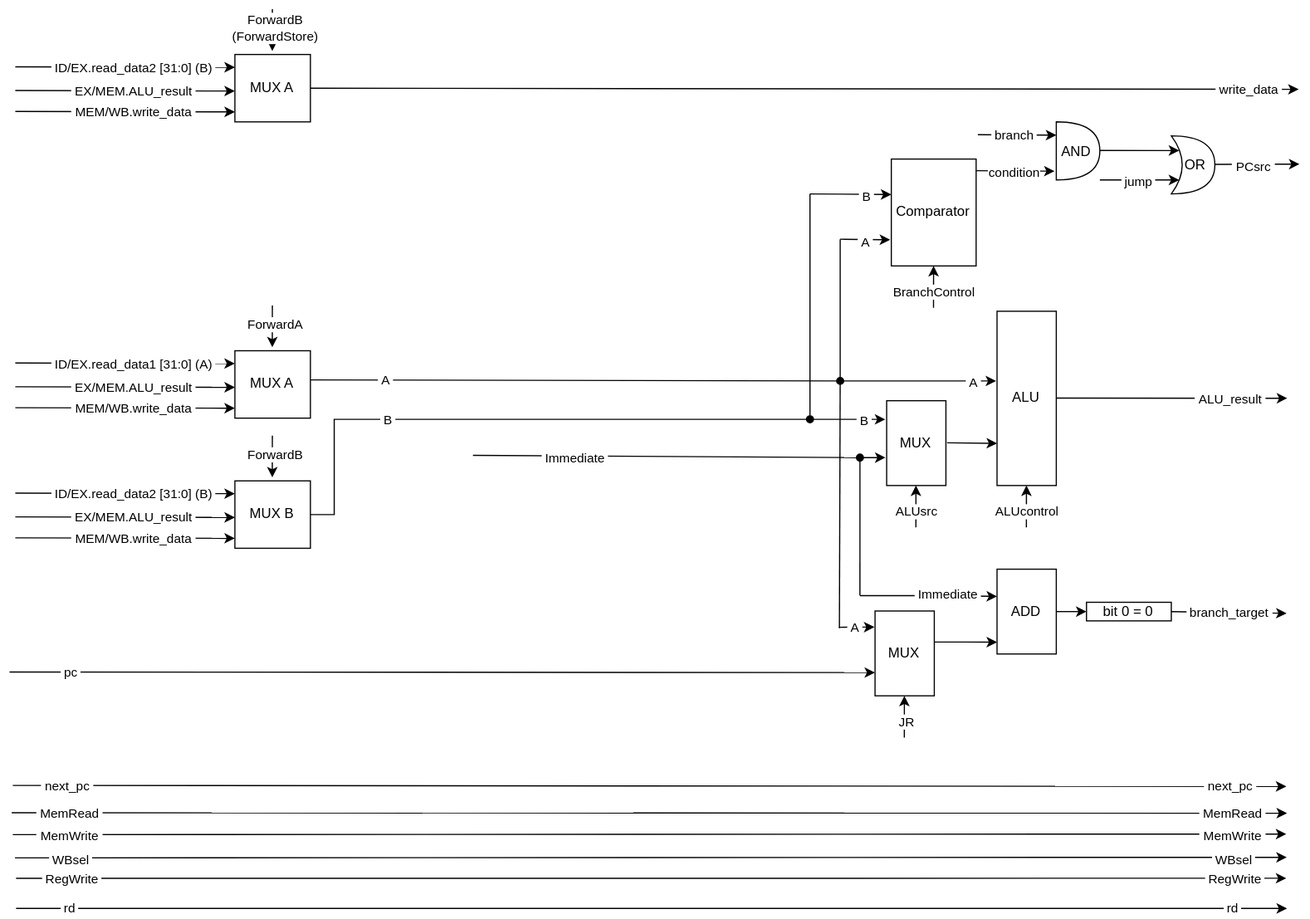
Earlier version of the draw.io export img/EX.svg (Dmitry-itmo/Scheme-RISC). Source tidied: cells renumbered, new cells last; positions are measured from the earlier drawing's top-left corner, leaving out a move shared by most shapes.
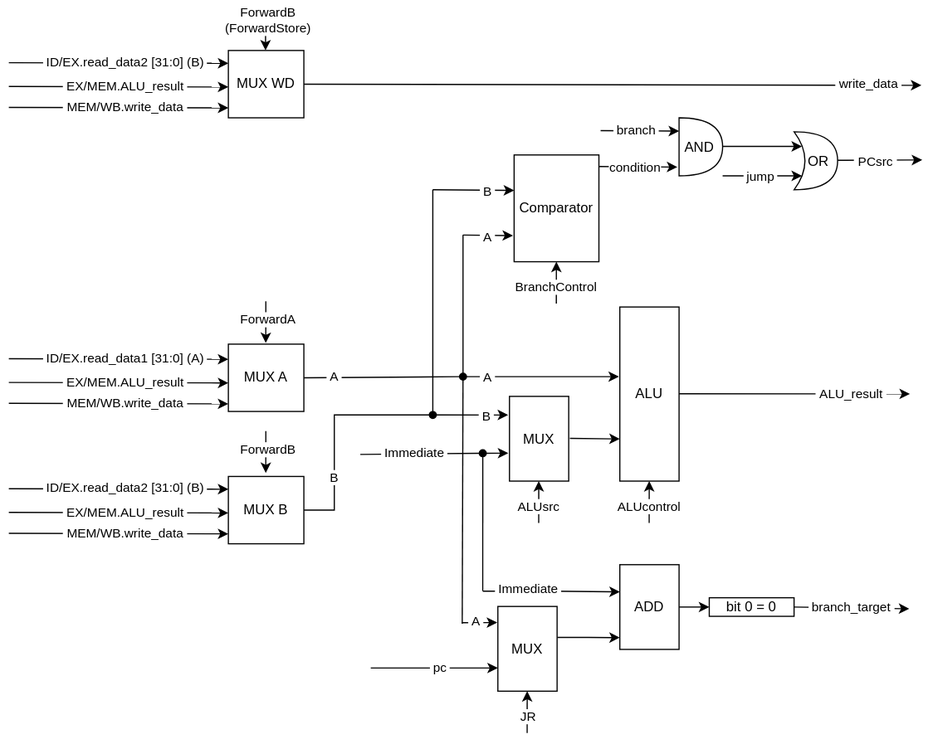
The same file after the commit.

The edit, as a diff of the source:
```diff
@@ -5,52 +5,20 @@
     <mxCell id="2" value="ALU" style="rounded=0;whiteSpace=wrap;html=1;" parent="1" vertex="1">
       <mxGeometry x="850" y="260" width="51" height="150" as="geometry" />
     </mxCell>
-    <mxCell id="3" style="endArrow=classic;html=1;rounded=0;curved=0;" parent="1" edge="1">
-      <mxGeometry relative="1" as="geometry">
-        <mxPoint x="2.8" y="668.1" as="sourcePoint" />
-        <mxPoint x="1099" y="669" as="targetPoint" />
-      </mxGeometry>
-    </mxCell>
-    <mxCell id="4" value="&amp;nbsp;next_pc&amp;nbsp;" style="edgeLabel;html=1;align=center;verticalAlign=middle;rounded=0;" parent="3" vertex="1">
-      <mxGeometry x="-0.15" relative="1" as="geometry">
-        <mxPoint x="583" y="-1" as="offset" />
-      </mxGeometry>
-    </mxCell>
-    <mxCell id="5" value="&amp;nbsp;next_pc&amp;nbsp;" style="edgeLabel;html=1;align=center;verticalAlign=middle;rounded=0;" parent="3" vertex="1">
-      <mxGeometry x="-0.15" relative="1" as="geometry">
-        <mxPoint x="-418" y="-1" as="offset" />
-      </mxGeometry>
-    </mxCell>
     <mxCell id="6" style="endArrow=classic;html=1;rounded=0;curved=0;" parent="1" edge="1">
       <mxGeometry relative="1" as="geometry">
-        <mxPoint y="570.5" as="sourcePoint" />
+        <mxPoint x="635.6" y="571" as="sourcePoint" />
         <mxPoint x="745" y="571" as="targetPoint" />
       </mxGeometry>
     </mxCell>
     <mxCell id="7" value="&amp;nbsp;pc&amp;nbsp;" style="edgeLabel;html=1;align=center;verticalAlign=middle;rounded=0;" parent="6" vertex="1">
       <mxGeometry x="0.5" relative="1" as="geometry">
-        <mxPoint x="-509" y="-2" as="offset" />
+        <mxPoint x="-23" y="-1" as="offset" />
       </mxGeometry>
     </mxCell>
     <mxCell id="8" style="endArrow=classic;html=1;rounded=0;curved=0;entryX=-0.02;entryY=0.67;entryDx=0;entryDy=0;entryPerimeter=0;" parent="1" edge="1" source="77" target="14">
       <mxGeometry relative="1" as="geometry" />
     </mxCell>
-    <mxCell id="9" style="endArrow=classic;html=1;rounded=0;curved=0;" parent="1" edge="1">
-      <mxGeometry relative="1" as="geometry">
-        <mxPoint x="5.7" y="774" as="sourcePoint" />
-        <mxPoint x="1099.6" y="774" as="targetPoint" />
-      </mxGeometry>
-    </mxCell>
-    <mxCell id="10" value="&amp;nbsp;rd&amp;nbsp;" style="edgeLabel;html=1;align=center;verticalAlign=middle;rounded=0;" parent="9" vertex="1">
-      <mxGeometry x="-0.06" relative="1" as="geometry">
-        <mxPoint x="532" y="-2" as="offset" />
-      </mxGeometry>
-    </mxCell>
-    <mxCell id="11" value="&amp;nbsp;rd&amp;nbsp;" style="edgeLabel;html=1;align=center;verticalAlign=middle;rounded=0;" parent="9" vertex="1">
-      <mxGeometry x="-0.06" relative="1" as="geometry">
-        <mxPoint x="-469" y="-2" as="offset" />
-      </mxGeometry>
-    </mxCell>
     <mxCell id="12" style="endArrow=classic;html=1;rounded=0;curved=0;" parent="1" edge="1" source="70">
       <mxGeometry relative="1" as="geometry">
         <mxPoint x="849.3" y="320" as="targetPoint" />
@@ -149,7 +117,7 @@
     </mxCell>
     <mxCell id="32" value="&amp;nbsp;A&amp;nbsp;" style="edgeLabel;html=1;align=center;verticalAlign=middle;" parent="30" vertex="1">
       <mxGeometry x="-0.21" y="2" relative="1" as="geometry">
-        <mxPoint x="96" y="124" as="offset" />
+        <mxPoint x="3" y="124" as="offset" />
       </mxGeometry>
     </mxCell>
     <mxCell id="33" value="&amp;nbsp;B&amp;nbsp;" style="edgeLabel;html=1;align=center;verticalAlign=middle;" parent="30" vertex="1">
@@ -216,70 +184,6 @@
     <mxCell id="44" value="&amp;nbsp;BranchControl&amp;nbsp;" style="edgeLabel;html=1;align=center;verticalAlign=middle;" parent="43" vertex="1">
       <mxGeometry x="-0.18" y="1" relative="1" as="geometry" />
     </mxCell>
-    <mxCell id="45" style="endArrow=classic;html=1;rounded=0;curved=0;" parent="1" edge="1">
-      <mxGeometry relative="1" as="geometry">
-        <mxPoint x="1.9" y="691.6" as="sourcePoint" />
-        <mxPoint x="1099.6" y="692" as="targetPoint" />
-      </mxGeometry>
-    </mxCell>
-    <mxCell id="46" value="&amp;nbsp;MemRead&amp;nbsp;" style="edgeLabel;html=1;align=center;verticalAlign=middle;rounded=0;" parent="45" vertex="1">
-      <mxGeometry x="-0.38" relative="1" as="geometry">
-        <mxPoint x="708" as="offset" />
-      </mxGeometry>
-    </mxCell>
-    <mxCell id="47" value="&amp;nbsp;MemRead&amp;nbsp;" style="edgeLabel;html=1;align=center;verticalAlign=middle;rounded=0;" parent="45" vertex="1">
-      <mxGeometry x="-0.38" relative="1" as="geometry">
-        <mxPoint x="-293" as="offset" />
-      </mxGeometry>
-    </mxCell>
-    <mxCell id="48" style="endArrow=classic;html=1;rounded=0;curved=0;" parent="1" edge="1">
-      <mxGeometry relative="1" as="geometry">
-        <mxPoint x="2.8" y="710.5" as="sourcePoint" />
-        <mxPoint x="1099" y="710" as="targetPoint" />
-      </mxGeometry>
-    </mxCell>
-    <mxCell id="49" value="&amp;nbsp;MemWrite&amp;nbsp;" style="edgeLabel;html=1;align=center;verticalAlign=middle;rounded=0;" parent="48" vertex="1">
-      <mxGeometry x="-0.38" relative="1" as="geometry">
-        <mxPoint x="709" as="offset" />
-      </mxGeometry>
-    </mxCell>
-    <mxCell id="50" value="&amp;nbsp;MemWrite&amp;nbsp;" style="edgeLabel;html=1;align=center;verticalAlign=middle;rounded=0;" parent="48" vertex="1">
-      <mxGeometry x="-0.38" relative="1" as="geometry">
-        <mxPoint x="-292" as="offset" />
-      </mxGeometry>
-    </mxCell>
-    <mxCell id="51" style="endArrow=classic;html=1;rounded=0;curved=0;" parent="1" edge="1">
-      <mxGeometry relative="1" as="geometry">
-        <mxPoint x="4.7" y="730.5" as="sourcePoint" />
-        <mxPoint x="1099.4" y="730" as="targetPoint" />
-      </mxGeometry>
-    </mxCell>
-    <mxCell id="52" value="&amp;nbsp;WBsel&amp;nbsp;" style="edgeLabel;html=1;align=center;verticalAlign=middle;rounded=0;" parent="51" vertex="1">
-      <mxGeometry x="-0.38" relative="1" as="geometry">
-        <mxPoint x="710" y="1" as="offset" />
-      </mxGeometry>
-    </mxCell>
-    <mxCell id="53" value="&amp;nbsp;WBsel&amp;nbsp;" style="edgeLabel;html=1;align=center;verticalAlign=middle;rounded=0;" parent="51" vertex="1">
-      <mxGeometry x="-0.38" relative="1" as="geometry">
-        <mxPoint x="-291" y="1" as="offset" />
-      </mxGeometry>
-    </mxCell>
-    <mxCell id="54" style="endArrow=classic;html=1;rounded=0;curved=0;" parent="1" edge="1">
-      <mxGeometry relative="1" as="geometry">
-        <mxPoint x="5.7" y="748.1" as="sourcePoint" />
-        <mxPoint x="1099" y="748" as="targetPoint" />
-      </mxGeometry>
-    </mxCell>
-    <mxCell id="55" value="&amp;nbsp;RegWrite&amp;nbsp;" style="edgeLabel;html=1;align=center;verticalAlign=middle;rounded=0;" parent="54" vertex="1">
-      <mxGeometry x="-0.38" relative="1" as="geometry">
-        <mxPoint x="711" y="-1" as="offset" />
-      </mxGeometry>
-    </mxCell>
-    <mxCell id="56" value="&amp;nbsp;RegWrite&amp;nbsp;" style="edgeLabel;html=1;align=center;verticalAlign=middle;rounded=0;" parent="54" vertex="1">
-      <mxGeometry x="-0.38" relative="1" as="geometry">
-        <mxPoint x="-290" y="-1" as="offset" />
-      </mxGeometry>
-    </mxCell>
     <mxCell id="57" style="endArrow=classic;html=1;rounded=0;curved=0;exitX=1;exitY=0.5;exitDx=0;exitDy=0;" parent="1" edge="1" source="100">
       <mxGeometry relative="1" as="geometry">
         <mxPoint x="1109.6" y="69" as="targetPoint" />
@@ -287,7 +191,7 @@
     </mxCell>
     <mxCell id="58" value="&amp;nbsp;write_data&amp;nbsp;" style="edgeLabel;html=1;align=center;verticalAlign=middle;" parent="57" vertex="1">
       <mxGeometry x="0.11" y="2" relative="1" as="geometry">
-        <mxPoint x="332" y="2" as="offset" />
+        <mxPoint x="190" y="1" as="offset" />
       </mxGeometry>
     </mxCell>
     <mxCell id="59" style="endArrow=classic;html=1;rounded=0;curved=0;" parent="1" edge="1">
@@ -319,8 +223,10 @@
         <mxPoint x="770.3" y="591" as="targetPoint" />
       </mxGeometry>
     </mxCell>
-    <mxCell id="65" value="&amp;nbsp; JR&amp;nbsp;" style="edgeLabel;html=1;align=center;verticalAlign=middle;" parent="64" vertex="1">
-      <mxGeometry x="-0.18" y="1" relative="1" as="geometry" />
+    <mxCell id="65" value="&amp;nbsp;JR&amp;nbsp;" style="edgeLabel;html=1;align=center;verticalAlign=middle;" parent="64" vertex="1">
+      <mxGeometry x="-0.18" y="1" relative="1" as="geometry">
+        <mxPoint x="1" as="offset" />
+      </mxGeometry>
     </mxCell>
     <mxCell id="66" style="edgeStyle=orthogonalEdgeStyle;rounded=0;jettySize=auto;html=1;entryX=0;entryY=0.5;entryDx=0;entryDy=0;exitX=1.005;exitY=0.366;exitDx=0;exitDy=0;exitPerimeter=0;" parent="1" edge="1" source="63">
       <mxGeometry x="-0.62" relative="1" as="geometry">
@@ -333,7 +239,7 @@
         <mxPoint x="714.3" y="532.8" as="targetPoint" />
       </mxGeometry>
     </mxCell>
-    <mxCell id="68" style="endArrow=none;html=1;rounded=0;curved=0;endFill=0;exitX=0.99;exitY=0.432;exitDx=0;exitDy=0;exitPerimeter=0;" parent="1" edge="1" source="82" target="70">
+    <mxCell id="68" style="endArrow=none;html=1;rounded=0;curved=0;endFill=0;exitX=1;exitY=0.5;exitDx=0;exitDy=0;" parent="1" edge="1" source="82" target="70">
       <mxGeometry relative="1" as="geometry" />
     </mxCell>
     <mxCell id="69" value="&amp;nbsp;A&amp;nbsp;" style="edgeLabel;html=1;align=center;verticalAlign=middle;rounded=0;" parent="68" vertex="1">
@@ -341,20 +247,25 @@
         <mxPoint x="-77" y="-1" as="offset" />
       </mxGeometry>
     </mxCell>
+    <mxCell id="109" value="&amp;nbsp;A&amp;nbsp;" style="edgeLabel;html=1;align=center;verticalAlign=middle;" parent="68" vertex="1">
+      <mxGeometry x="-0.59" relative="1" as="geometry">
+        <mxPoint x="-1" y="-1" as="offset" />
+      </mxGeometry>
+    </mxCell>
     <mxCell id="70" style="ellipse;whiteSpace=wrap;html=1;shapeInside=1;fillColor=#000000;" parent="1" vertex="1">
       <mxGeometry x="712" y="317" width="6" height="6" as="geometry" />
     </mxCell>
     <mxCell id="71" style="endArrow=none;html=1;rounded=0;endFill=0;edgeStyle=orthogonalEdgeStyle;exitX=1;exitY=0.5;exitDx=0;exitDy=0;" parent="1" edge="1" source="91" target="73">
       <mxGeometry relative="1" as="geometry">
         <Array as="points">
-          <mxPoint x="279.5" y="435" />
-          <mxPoint x="279.5" y="353" />
+          <mxPoint x="604.2" y="435" />
+          <mxPoint x="604.2" y="353" />
         </Array>
       </mxGeometry>
     </mxCell>
     <mxCell id="72" value="&amp;nbsp;B&amp;nbsp;" style="edgeLabel;html=1;align=center;verticalAlign=middle;rounded=0;" parent="71" vertex="1">
       <mxGeometry x="-0.25" relative="1" as="geometry">
-        <mxPoint x="-43" y="-1" as="offset" />
+        <mxPoint x="-1" y="16" as="offset" />
       </mxGeometry>
     </mxCell>
     <mxCell id="73" style="ellipse;whiteSpace=wrap;html=1;shapeInside=1;fillColor=#000000;" parent="1" vertex="1">
@@ -362,17 +273,17 @@
     </mxCell>
     <mxCell id="74" style="endArrow=none;html=1;rounded=0;curved=0;endFill=0;" parent="1" edge="1" target="77">
       <mxGeometry relative="1" as="geometry">
-        <mxPoint x="398.9" y="384" as="sourcePoint" />
+        <mxPoint x="626.6" y="387" as="sourcePoint" />
       </mxGeometry>
     </mxCell>
     <mxCell id="75" value="&amp;nbsp;Immediate&amp;nbsp;" style="edgeLabel;html=1;align=center;verticalAlign=middle;rounded=0;" parent="74" vertex="1">
       <mxGeometry x="-0.67" relative="1" as="geometry">
-        <mxPoint x="32" y="1" as="offset" />
+        <mxPoint x="29" y="-1" as="offset" />
       </mxGeometry>
     </mxCell>
     <mxCell id="76" value="&amp;nbsp;Immediate&amp;nbsp;" style="edgeLabel;html=1;align=center;verticalAlign=middle;rounded=0;" parent="74" vertex="1">
       <mxGeometry x="-0.67" relative="1" as="geometry">
-        <mxPoint x="353" y="118" as="offset" />
+        <mxPoint x="127" y="116" as="offset" />
       </mxGeometry>
     </mxCell>
     <mxCell id="77" style="ellipse;whiteSpace=wrap;html=1;shapeInside=1;fillColor=#000000;" parent="1" vertex="1">
@@ -394,12 +305,12 @@
       <mxGeometry x="927" y="510.5" width="73" height="16" as="geometry" />
     </mxCell>
     <mxCell id="82" value="MUX A" style="rounded=0;whiteSpace=wrap;html=1;" parent="1" vertex="1">
-      <mxGeometry x="194" y="294" width="65" height="58" as="geometry" />
+      <mxGeometry x="513" y="292" width="65" height="58" as="geometry" />
     </mxCell>
     <mxCell id="83" style="endArrow=classic;html=1;rounded=0;entryX=0.25;entryY=1;entryDx=0;entryDy=0;" parent="1" edge="1">
       <mxGeometry relative="1" as="geometry">
-        <mxPoint x="226.3" y="255" as="sourcePoint" />
-        <mxPoint x="226.2" y="291" as="targetPoint" />
+        <mxPoint x="545.2" y="255" as="sourcePoint" />
+        <mxPoint x="545.2" y="291" as="targetPoint" />
       </mxGeometry>
     </mxCell>
     <mxCell id="84" value="ForwardA" style="edgeLabel;html=1;align=center;verticalAlign=middle;" parent="83" vertex="1">
@@ -407,8 +318,8 @@
     </mxCell>
     <mxCell id="85" style="endArrow=classic;html=1;rounded=0;curved=0;" parent="1" edge="1">
       <mxGeometry relative="1" as="geometry">
-        <mxPoint x="5" y="304.6" as="sourcePoint" />
-        <mxPoint x="194" y="305" as="targetPoint" />
+        <mxPoint x="324" y="304.6" as="sourcePoint" />
+        <mxPoint x="513" y="305" as="targetPoint" />
       </mxGeometry>
     </mxCell>
     <mxCell id="86" value="&amp;nbsp;ID/EX.read_data1 [31:0] (A)&amp;nbsp;" style="edgeLabel;html=1;align=center;verticalAlign=middle;" parent="85" vertex="1">
@@ -418,8 +329,8 @@
     </mxCell>
     <mxCell id="87" style="endArrow=classic;html=1;rounded=0;curved=0;" parent="1" edge="1">
       <mxGeometry relative="1" as="geometry">
-        <mxPoint x="5" y="325" as="sourcePoint" />
-        <mxPoint x="194" y="325.4" as="targetPoint" />
+        <mxPoint x="324" y="325" as="sourcePoint" />
+        <mxPoint x="513" y="325.4" as="targetPoint" />
       </mxGeometry>
     </mxCell>
     <mxCell id="88" value="&amp;nbsp;EX/MEM.ALU_result&amp;nbsp;" style="edgeLabel;html=1;align=center;verticalAlign=middle;" parent="87" vertex="1">
@@ -429,8 +340,8 @@
     </mxCell>
     <mxCell id="89" style="endArrow=classic;html=1;rounded=0;curved=0;" parent="1" edge="1">
       <mxGeometry relative="1" as="geometry">
-        <mxPoint x="5" y="343" as="sourcePoint" />
-        <mxPoint x="194" y="343.4" as="targetPoint" />
+        <mxPoint x="324" y="343" as="sourcePoint" />
+        <mxPoint x="513" y="343.4" as="targetPoint" />
       </mxGeometry>
     </mxCell>
     <mxCell id="90" value="&amp;nbsp;MEM/WB.write_data&amp;nbsp;" style="edgeLabel;html=1;align=center;verticalAlign=middle;" parent="89" vertex="1">
@@ -439,12 +350,12 @@
       </mxGeometry>
     </mxCell>
     <mxCell id="91" value="MUX B" style="rounded=0;whiteSpace=wrap;html=1;" parent="1" vertex="1">
-      <mxGeometry x="194" y="406" width="65" height="58" as="geometry" />
+      <mxGeometry x="513" y="406" width="65" height="58" as="geometry" />
     </mxCell>
     <mxCell id="92" style="endArrow=classic;html=1;rounded=0;entryX=0.25;entryY=1;entryDx=0;entryDy=0;" parent="1" edge="1">
       <mxGeometry relative="1" as="geometry">
-        <mxPoint x="226.3" y="367" as="sourcePoint" />
-        <mxPoint x="226.2" y="403" as="targetPoint" />
+        <mxPoint x="545.2" y="367" as="sourcePoint" />
+        <mxPoint x="545.2" y="403" as="targetPoint" />
       </mxGeometry>
     </mxCell>
     <mxCell id="93" value="ForwardB" style="edgeLabel;html=1;align=center;verticalAlign=middle;" parent="92" vertex="1">
@@ -452,8 +363,8 @@
     </mxCell>
     <mxCell id="94" style="endArrow=classic;html=1;rounded=0;curved=0;" parent="1" edge="1">
       <mxGeometry relative="1" as="geometry">
-        <mxPoint x="5" y="416.6" as="sourcePoint" />
-        <mxPoint x="194" y="417" as="targetPoint" />
+        <mxPoint x="324" y="416.6" as="sourcePoint" />
+        <mxPoint x="513" y="417" as="targetPoint" />
       </mxGeometry>
     </mxCell>
     <mxCell id="95" value="&amp;nbsp;ID/EX.read_data2 [31:0] (B)&amp;nbsp;" style="edgeLabel;html=1;align=center;verticalAlign=middle;" parent="94" vertex="1">
@@ -463,8 +374,8 @@
     </mxCell>
     <mxCell id="96" style="endArrow=classic;html=1;rounded=0;curved=0;" parent="1" edge="1">
       <mxGeometry relative="1" as="geometry">
-        <mxPoint x="5" y="437" as="sourcePoint" />
-        <mxPoint x="194" y="437.4" as="targetPoint" />
+        <mxPoint x="324" y="437" as="sourcePoint" />
+        <mxPoint x="513" y="437.4" as="targetPoint" />
       </mxGeometry>
     </mxCell>
     <mxCell id="97" value="&amp;nbsp;EX/MEM.ALU_result&amp;nbsp;" style="edgeLabel;html=1;align=center;verticalAlign=middle;" parent="96" vertex="1">
@@ -474,8 +385,8 @@
     </mxCell>
     <mxCell id="98" style="endArrow=classic;html=1;rounded=0;curved=0;" parent="1" edge="1">
       <mxGeometry relative="1" as="geometry">
-        <mxPoint x="5" y="455" as="sourcePoint" />
-        <mxPoint x="194" y="455.4" as="targetPoint" />
+        <mxPoint x="324" y="455" as="sourcePoint" />
+        <mxPoint x="513" y="455.4" as="targetPoint" />
       </mxGeometry>
     </mxCell>
     <mxCell id="99" value="&amp;nbsp;MEM/WB.write_data&amp;nbsp;" style="edgeLabel;html=1;align=center;verticalAlign=middle;" parent="98" vertex="1">
@@ -483,22 +394,24 @@
         <mxPoint x="-50" y="-1" as="offset" />
       </mxGeometry>
     </mxCell>
-    <mxCell id="100" value="MUX A" style="rounded=0;whiteSpace=wrap;html=1;" parent="1" vertex="1">
-      <mxGeometry x="194" y="39" width="65" height="58" as="geometry" />
+    <mxCell id="100" value="MUX WD" style="rounded=0;whiteSpace=wrap;html=1;" parent="1" vertex="1">
+      <mxGeometry x="513" y="39" width="65" height="58" as="geometry" />
     </mxCell>
     <mxCell id="101" style="endArrow=classic;html=1;rounded=0;entryX=0.25;entryY=1;entryDx=0;entryDy=0;" parent="1" edge="1">
       <mxGeometry relative="1" as="geometry">
-        <mxPoint x="226.3" as="sourcePoint" />
-        <mxPoint x="226.2" y="36" as="targetPoint" />
+        <mxPoint x="545" y="3" as="sourcePoint" />
+        <mxPoint x="545" y="39" as="targetPoint" />
       </mxGeometry>
     </mxCell>
     <mxCell id="102" value="&lt;div&gt;ForwardB&lt;/div&gt;&lt;div&gt;(&lt;span style=&quot;background-color: light-dark(#ffffff, var(--ge-dark-color, #121212)); color: light-dark(rgb(0, 0, 0), rgb(255, 255, 255));&quot;&gt;ForwardStore)&lt;/span&gt;&lt;/div&gt;" style="edgeLabel;html=1;align=center;verticalAlign=middle;" parent="101" vertex="1">
-      <mxGeometry x="-0.18" y="1" relative="1" as="geometry" />
+      <mxGeometry x="-0.18" y="1" relative="1" as="geometry">
+        <mxPoint y="-5" as="offset" />
+      </mxGeometry>
     </mxCell>
     <mxCell id="103" style="endArrow=classic;html=1;rounded=0;curved=0;" parent="1" edge="1">
       <mxGeometry relative="1" as="geometry">
-        <mxPoint x="5" y="49.6" as="sourcePoint" />
-        <mxPoint x="194" y="50" as="targetPoint" />
+        <mxPoint x="324" y="49.6" as="sourcePoint" />
+        <mxPoint x="513" y="50" as="targetPoint" />
       </mxGeometry>
     </mxCell>
     <mxCell id="104" value="&amp;nbsp;ID/EX.read_data2 [31:0] (B)&amp;nbsp;" style="edgeLabel;html=1;align=center;verticalAlign=middle;" parent="103" vertex="1">
@@ -508,8 +421,8 @@
     </mxCell>
     <mxCell id="105" style="endArrow=classic;html=1;rounded=0;curved=0;" parent="1" edge="1">
       <mxGeometry relative="1" as="geometry">
-        <mxPoint x="5" y="70" as="sourcePoint" />
-        <mxPoint x="194" y="70.4" as="targetPoint" />
+        <mxPoint x="324" y="70" as="sourcePoint" />
+        <mxPoint x="513" y="70.4" as="targetPoint" />
       </mxGeometry>
     </mxCell>
     <mxCell id="106" value="&amp;nbsp;EX/MEM.ALU_result&amp;nbsp;" style="edgeLabel;html=1;align=center;verticalAlign=middle;" parent="105" vertex="1">
@@ -519,8 +432,8 @@
     </mxCell>
     <mxCell id="107" style="endArrow=classic;html=1;rounded=0;curved=0;" parent="1" edge="1">
       <mxGeometry relative="1" as="geometry">
-        <mxPoint x="5" y="88" as="sourcePoint" />
-        <mxPoint x="194" y="88.4" as="targetPoint" />
+        <mxPoint x="324" y="88" as="sourcePoint" />
+        <mxPoint x="513" y="88.4" as="targetPoint" />
       </mxGeometry>
     </mxCell>
     <mxCell id="108" value="&amp;nbsp;MEM/WB.write_data&amp;nbsp;" style="edgeLabel;html=1;align=center;verticalAlign=middle;" parent="107" vertex="1">
```
